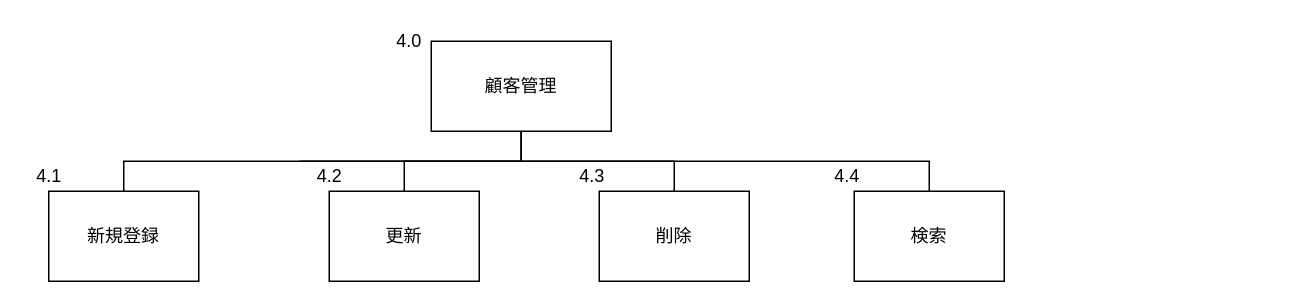
Above: サブシステム構造図/顧客管理.drawio in Yamanin3/system-devel (draw.io), before the change. Source tidied: cells renumbered, new cells numbered last; positions are measured from the earlier drawing's top-left corner, leaving out a move shared by most shapes. Both pictures are drawn from the tidied source at 150%, with x=0, y=0 at pixel (26, 26).
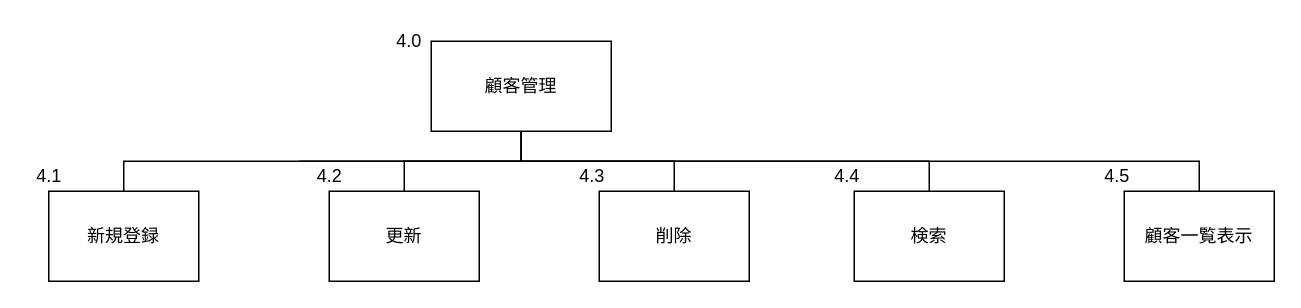
The same diagram, later.

Unchanged cells that the change refers to:
```xml
<mxCell id="2" value="顧客管理" style="whiteSpace=wrap;html=1;align=center;" parent="1" vertex="1">
  <mxGeometry x="270" y="10" width="120" height="60" as="geometry" />
</mxCell>
```

Change to the diagram source:
```diff
@@
+    <mxCell id="16" value="顧客一覧表示" style="whiteSpace=wrap;html=1;align=center;verticalAlign=middle;" parent="1" vertex="1">
+      <mxGeometry x="732" y="110" width="100" height="60" as="geometry" />
+    </mxCell>
+    <mxCell id="17" value="4.5" style="text;html=1;align=center;verticalAlign=middle;fillColor=none;strokeColor=none;rounded=0;" parent="16" vertex="1">
+      <mxGeometry x="-20" y="-20" width="30" height="20" as="geometry" />
+    </mxCell>
+    <mxCell id="18" style="edgeStyle=elbowEdgeStyle;elbow=vertical;startArrow=none;endArrow=none;rounded=0;entryX=0.5;entryY=0;entryDx=0;entryDy=0;exitX=0.5;exitY=1;exitDx=0;exitDy=0;" parent="1" edge="1" source="2" target="16">
+      <mxGeometry relative="1" as="geometry">
+        <Array as="points">
+          <mxPoint x="690" y="90" />
+        </Array>
+      </mxGeometry>
+    </mxCell>
```
